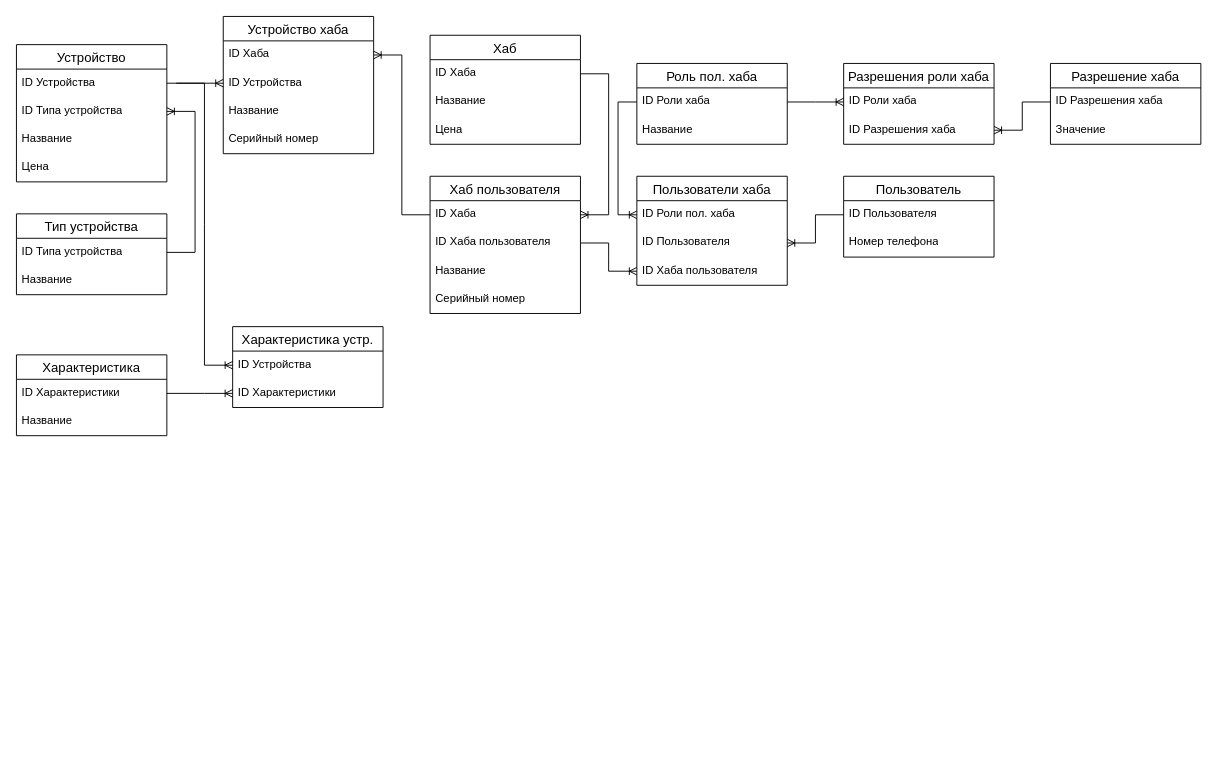
This is systems-engineering/er-diagram.drawio from mkstas/LearningVyatSu, a draw.io file, before an edit. Source tidied: cells renumbered, new cells numbered last; positions are measured from the earlier drawing's top-left corner, leaving out a move shared by most shapes. Both pictures are drawn from the tidied source at 94%, with x=0, y=0 at pixel (16, 16).
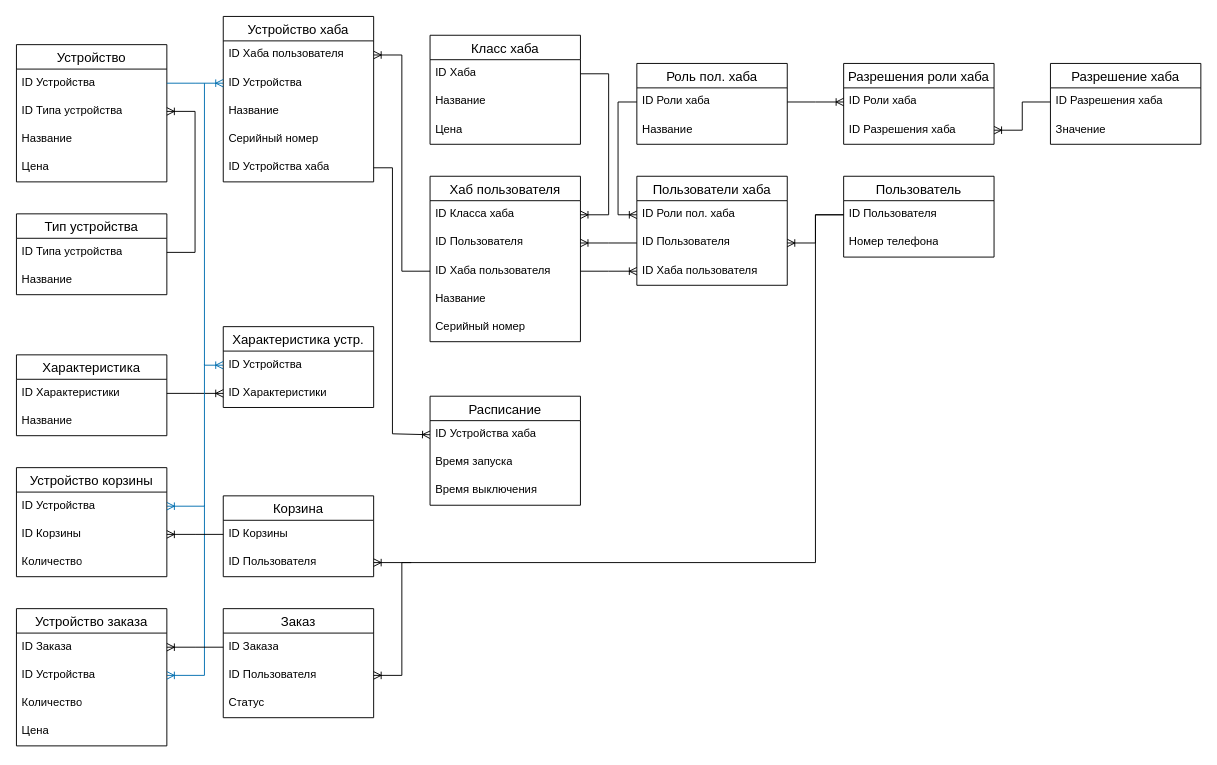
Above is the later version.

The change refers to these unchanged cells:
```xml
<mxCell id="6" value="ID Устройства" style="text;strokeColor=none;fillColor=none;spacingLeft=4;spacingRight=4;overflow=hidden;points=[[0,0.5],[1,0.5]];portConstraint=eastwest;fontSize=12;whiteSpace=wrap;html=1;" parent="5" vertex="1">
  <mxGeometry y="26" width="160" height="30" as="geometry" />
</mxCell>
<mxCell id="16" value="ID Устройства" style="text;strokeColor=none;fillColor=none;spacingLeft=4;spacingRight=4;overflow=hidden;points=[[0,0.5],[1,0.5]];portConstraint=eastwest;fontSize=12;whiteSpace=wrap;html=1;" parent="14" vertex="1">
  <mxGeometry y="56" width="160" height="30" as="geometry" />
</mxCell>
<mxCell id="20" value="ID Пользователя" style="text;strokeColor=none;fillColor=none;spacingLeft=4;spacingRight=4;overflow=hidden;points=[[0,0.5],[1,0.5]];portConstraint=eastwest;fontSize=12;whiteSpace=wrap;html=1;" parent="19" vertex="1">
  <mxGeometry y="26" width="160" height="30" as="geometry" />
</mxCell>
<mxCell id="31" value="ID Роли пол. хаба" style="text;strokeColor=none;fillColor=none;spacingLeft=4;spacingRight=4;overflow=hidden;points=[[0,0.5],[1,0.5]];portConstraint=eastwest;fontSize=12;whiteSpace=wrap;html=1;" parent="30" vertex="1">
  <mxGeometry y="26" width="160" height="30" as="geometry" />
</mxCell>
<mxCell id="32" value="ID Пользователя" style="text;strokeColor=none;fillColor=none;spacingLeft=4;spacingRight=4;overflow=hidden;points=[[0,0.5],[1,0.5]];portConstraint=eastwest;fontSize=12;whiteSpace=wrap;html=1;" parent="30" vertex="1">
  <mxGeometry y="56" width="160" height="30" as="geometry" />
</mxCell>
<mxCell id="35" value="ID Роли хаба" style="text;strokeColor=none;fillColor=none;spacingLeft=4;spacingRight=4;overflow=hidden;points=[[0,0.5],[1,0.5]];portConstraint=eastwest;fontSize=12;whiteSpace=wrap;html=1;" parent="34" vertex="1">
  <mxGeometry y="26" width="160" height="30" as="geometry" />
</mxCell>
<mxCell id="52" value="ID Устройства" style="text;strokeColor=none;fillColor=none;spacingLeft=4;spacingRight=4;overflow=hidden;points=[[0,0.5],[1,0.5]];portConstraint=eastwest;fontSize=12;whiteSpace=wrap;html=1;" parent="51" vertex="1">
  <mxGeometry y="26" width="160" height="30" as="geometry" />
</mxCell>
```

The edit, as a diff of the source:
```diff
@@
-    <mxCell id="10" value="Хаб" style="swimlane;fontStyle=0;horizontal=1;startSize=26;align=center;fontSize=14;" parent="1" vertex="1">
+    <mxCell id="10" value="Класс хаба" style="swimlane;fontStyle=0;horizontal=1;startSize=26;align=center;fontSize=14;" parent="1" vertex="1">
       <mxGeometry x="440" y="20" width="160" height="116" as="geometry" />
     </mxCell>
@@
     <mxCell id="14" value="Устройство хаба" style="swimlane;fontStyle=0;horizontal=1;startSize=26;align=center;fontSize=14;" parent="1" vertex="1">
-      <mxGeometry x="220" width="160" height="146" as="geometry" />
+      <mxGeometry x="220" width="160" height="176" as="geometry" />
     </mxCell>
-    <mxCell id="15" value="ID Хаба" style="text;strokeColor=none;fillColor=none;spacingLeft=4;spacingRight=4;overflow=hidden;points=[[0,0.5],[1,0.5]];portConstraint=eastwest;fontSize=12;whiteSpace=wrap;html=1;" parent="14" vertex="1">
+    <mxCell id="15" value="ID Хаба пользователя" style="text;strokeColor=none;fillColor=none;spacingLeft=4;spacingRight=4;overflow=hidden;points=[[0,0.5],[1,0.5]];portConstraint=eastwest;fontSize=12;whiteSpace=wrap;html=1;" parent="14" vertex="1">
       <mxGeometry y="26" width="160" height="30" as="geometry" />
     </mxCell>
@@
+    <mxCell id="57" value="ID Устройства хаба" style="text;strokeColor=none;fillColor=none;spacingLeft=4;spacingRight=4;overflow=hidden;points=[[0,0.5],[1,0.5]];portConstraint=eastwest;fontSize=12;whiteSpace=wrap;html=1;" parent="14" vertex="1">
+      <mxGeometry y="146" width="160" height="30" as="geometry" />
+    </mxCell>
@@
     <mxCell id="22" value="Хаб пользователя" style="swimlane;fontStyle=0;horizontal=1;startSize=26;align=center;fontSize=14;" parent="1" vertex="1">
-      <mxGeometry x="440" y="170" width="160" height="146" as="geometry" />
+      <mxGeometry x="440" y="170" width="160" height="176" as="geometry" />
     </mxCell>
-    <mxCell id="23" value="ID Хаба" style="text;strokeColor=none;fillColor=none;spacingLeft=4;spacingRight=4;overflow=hidden;points=[[0,0.5],[1,0.5]];portConstraint=eastwest;fontSize=12;whiteSpace=wrap;html=1;" parent="22" vertex="1">
+    <mxCell id="23" value="ID Класса хаба" style="text;strokeColor=none;fillColor=none;spacingLeft=4;spacingRight=4;overflow=hidden;points=[[0,0.5],[1,0.5]];portConstraint=eastwest;fontSize=12;whiteSpace=wrap;html=1;" parent="22" vertex="1">
       <mxGeometry y="26" width="160" height="30" as="geometry" />
     </mxCell>
+    <mxCell id="58" value="ID Пользователя" style="text;strokeColor=none;fillColor=none;spacingLeft=4;spacingRight=4;overflow=hidden;points=[[0,0.5],[1,0.5]];portConstraint=eastwest;fontSize=12;whiteSpace=wrap;html=1;" parent="22" vertex="1">
+      <mxGeometry y="56" width="160" height="30" as="geometry" />
+    </mxCell>
     <mxCell id="24" value="ID Хаба пользователя" style="text;strokeColor=none;fillColor=none;spacingLeft=4;spacingRight=4;overflow=hidden;points=[[0,0.5],[1,0.5]];portConstraint=eastwest;fontSize=12;whiteSpace=wrap;html=1;" parent="22" vertex="1">
-      <mxGeometry y="56" width="160" height="30" as="geometry" />
+      <mxGeometry y="86" width="160" height="30" as="geometry" />
     </mxCell>
     <mxCell id="25" value="Название" style="text;strokeColor=none;fillColor=none;spacingLeft=4;spacingRight=4;overflow=hidden;fontSize=12;whiteSpace=wrap;html=1;" parent="22" vertex="1">
-      <mxGeometry y="86" width="160" height="30" as="geometry" />
+      <mxGeometry y="116" width="160" height="30" as="geometry" />
     </mxCell>
     <mxCell id="26" value="Серийный номер" style="text;strokeColor=none;fillColor=none;spacingLeft=4;spacingRight=4;overflow=hidden;fontSize=12;whiteSpace=wrap;html=1;" parent="22" vertex="1">
-      <mxGeometry y="116" width="160" height="30" as="geometry" />
+      <mxGeometry y="146" width="160" height="30" as="geometry" />
     </mxCell>
-    <mxCell id="27" style="edgeStyle=entityRelationEdgeStyle;fontSize=12;html=1;endArrow=ERoneToMany;rounded=0;" parent="1" edge="1" source="23" target="15">
+    <mxCell id="27" style="edgeStyle=entityRelationEdgeStyle;fontSize=12;html=1;endArrow=ERoneToMany;rounded=0;exitX=0;exitY=0.5;exitDx=0;exitDy=0;" parent="1" edge="1" source="24" target="15">
       <mxGeometry relative="1" as="geometry" />
     </mxCell>
@@
-    <mxCell id="47" style="endArrow=none;html=1;rounded=0;exitX=0;exitY=0.5;exitDx=0;exitDy=0;entryX=0;entryY=0.5;entryDx=0;entryDy=0;startArrow=ERoneToMany;startFill=0;" parent="1" edge="1" source="31" target="35">
-      <mxGeometry relative="1" as="geometry">
-        <Array as="points">
-          <mxPoint x="640" y="211" />
-          <mxPoint x="640" y="91" />
-        </Array>
-      </mxGeometry>
-    </mxCell>
@@
     <mxCell id="51" value="Характеристика устр." style="swimlane;fontStyle=0;horizontal=1;startSize=26;align=center;fontSize=14;" parent="1" vertex="1">
-      <mxGeometry x="230" y="330" width="160" height="86" as="geometry" />
+      <mxGeometry x="220" y="330" width="160" height="86" as="geometry" />
     </mxCell>
@@
-    <mxCell id="54" style="edgeStyle=entityRelationEdgeStyle;fontSize=12;html=1;endArrow=ERoneToMany;rounded=0;" parent="1" edge="1" source="6" target="16">
+    <mxCell id="54" style="edgeStyle=entityRelationEdgeStyle;fontSize=12;html=1;endArrow=ERoneToMany;rounded=0;fillColor=#1ba1e2;strokeColor=#006EAF;" parent="1" edge="1" source="6" target="16">
       <mxGeometry relative="1" as="geometry" />
     </mxCell>
-    <mxCell id="55" style="edgeStyle=entityRelationEdgeStyle;fontSize=12;html=1;endArrow=ERoneToMany;rounded=0;entryX=0;entryY=0.5;entryDx=0;entryDy=0;" parent="1" edge="1" target="52">
-      <mxGeometry relative="1" as="geometry">
-        <mxPoint x="170" y="71" as="sourcePoint" />
-      </mxGeometry>
-    </mxCell>
@@
+    <mxCell id="59" value="Расписание" style="swimlane;fontStyle=0;horizontal=1;startSize=26;align=center;fontSize=14;" parent="1" vertex="1">
+      <mxGeometry x="440" y="404" width="160" height="116" as="geometry" />
+    </mxCell>
+    <mxCell id="60" value="ID Устройства хаба" style="text;strokeColor=none;fillColor=none;spacingLeft=4;spacingRight=4;overflow=hidden;points=[[0,0.5],[1,0.5]];portConstraint=eastwest;fontSize=12;whiteSpace=wrap;html=1;" parent="59" vertex="1">
+      <mxGeometry y="26" width="160" height="30" as="geometry" />
+    </mxCell>
+    <mxCell id="61" value="Время запуска" style="text;strokeColor=none;fillColor=none;spacingLeft=4;spacingRight=4;overflow=hidden;fontSize=12;whiteSpace=wrap;html=1;" parent="59" vertex="1">
+      <mxGeometry y="56" width="160" height="30" as="geometry" />
+    </mxCell>
+    <mxCell id="62" value="Время выключения" style="text;strokeColor=none;fillColor=none;spacingLeft=4;spacingRight=4;overflow=hidden;fontSize=12;whiteSpace=wrap;html=1;" parent="59" vertex="1">
+      <mxGeometry y="86" width="160" height="30" as="geometry" />
+    </mxCell>
+    <mxCell id="63" style="endArrow=none;html=1;rounded=0;exitX=0;exitY=0.5;exitDx=0;exitDy=0;startArrow=ERoneToMany;startFill=0;fillColor=#1ba1e2;strokeColor=#006EAF;" parent="1" edge="1" source="52">
+      <mxGeometry relative="1" as="geometry">
+        <mxPoint x="200" y="71" as="targetPoint" />
+        <Array as="points">
+          <mxPoint x="200" y="371" />
+        </Array>
+      </mxGeometry>
+    </mxCell>
+    <mxCell id="64" style="endArrow=none;html=1;rounded=0;entryX=1;entryY=0.5;entryDx=0;entryDy=0;exitX=0;exitY=0.5;exitDx=0;exitDy=0;startArrow=ERoneToMany;startFill=0;" parent="1" edge="1" source="60" target="57">
+      <mxGeometry relative="1" as="geometry">
+        <Array as="points">
+          <mxPoint x="400" y="444" />
+          <mxPoint x="400" y="161" />
+        </Array>
+      </mxGeometry>
+    </mxCell>
+    <mxCell id="65" value="Устройство корзины" style="swimlane;fontStyle=0;horizontal=1;startSize=26;align=center;fontSize=14;" parent="1" vertex="1">
+      <mxGeometry y="480" width="160" height="116" as="geometry" />
+    </mxCell>
+    <mxCell id="66" value="ID Устройства" style="text;strokeColor=none;fillColor=none;spacingLeft=4;spacingRight=4;overflow=hidden;points=[[0,0.5],[1,0.5]];portConstraint=eastwest;fontSize=12;whiteSpace=wrap;html=1;" parent="65" vertex="1">
+      <mxGeometry y="26" width="160" height="30" as="geometry" />
+    </mxCell>
+    <mxCell id="67" value="ID Корзины" style="text;strokeColor=none;fillColor=none;spacingLeft=4;spacingRight=4;overflow=hidden;points=[[0,0.5],[1,0.5]];portConstraint=eastwest;fontSize=12;whiteSpace=wrap;html=1;" parent="65" vertex="1">
+      <mxGeometry y="56" width="160" height="30" as="geometry" />
+    </mxCell>
+    <mxCell id="68" value="Количество" style="text;strokeColor=none;fillColor=none;spacingLeft=4;spacingRight=4;overflow=hidden;fontSize=12;whiteSpace=wrap;html=1;" parent="65" vertex="1">
+      <mxGeometry y="86" width="160" height="30" as="geometry" />
+    </mxCell>
+    <mxCell id="69" value="Корзина" style="swimlane;fontStyle=0;horizontal=1;startSize=26;align=center;fontSize=14;" parent="1" vertex="1">
+      <mxGeometry x="220" y="510" width="160" height="86" as="geometry" />
+    </mxCell>
+    <mxCell id="70" value="ID Корзины" style="text;strokeColor=none;fillColor=none;spacingLeft=4;spacingRight=4;overflow=hidden;points=[[0,0.5],[1,0.5]];portConstraint=eastwest;fontSize=12;whiteSpace=wrap;html=1;" parent="69" vertex="1">
+      <mxGeometry y="26" width="160" height="30" as="geometry" />
+    </mxCell>
+    <mxCell id="71" value="ID Пользователя" style="text;strokeColor=none;fillColor=none;spacingLeft=4;spacingRight=4;overflow=hidden;points=[[0,0.5],[1,0.5]];portConstraint=eastwest;fontSize=12;whiteSpace=wrap;html=1;" parent="69" vertex="1">
+      <mxGeometry y="56" width="160" height="30" as="geometry" />
+    </mxCell>
+    <mxCell id="72" style="endArrow=none;html=1;rounded=0;startArrow=ERoneToMany;startFill=0;exitX=1;exitY=0.5;exitDx=0;exitDy=0;fillColor=#1ba1e2;strokeColor=#006EAF;" parent="1" edge="1" source="66">
+      <mxGeometry relative="1" as="geometry">
+        <mxPoint x="200" y="370" as="targetPoint" />
+        <Array as="points">
+          <mxPoint x="200" y="521" />
+        </Array>
+      </mxGeometry>
+    </mxCell>
+    <mxCell id="73" value="Устройство заказа" style="swimlane;fontStyle=0;horizontal=1;startSize=26;align=center;fontSize=14;" parent="1" vertex="1">
+      <mxGeometry y="630" width="160" height="146" as="geometry" />
+    </mxCell>
+    <mxCell id="74" value="ID Заказа" style="text;strokeColor=none;fillColor=none;spacingLeft=4;spacingRight=4;overflow=hidden;points=[[0,0.5],[1,0.5]];portConstraint=eastwest;fontSize=12;whiteSpace=wrap;html=1;" parent="73" vertex="1">
+      <mxGeometry y="26" width="160" height="30" as="geometry" />
+    </mxCell>
+    <mxCell id="75" value="ID Устройства" style="text;strokeColor=none;fillColor=none;spacingLeft=4;spacingRight=4;overflow=hidden;points=[[0,0.5],[1,0.5]];portConstraint=eastwest;fontSize=12;whiteSpace=wrap;html=1;" parent="73" vertex="1">
+      <mxGeometry y="56" width="160" height="30" as="geometry" />
+    </mxCell>
+    <mxCell id="76" value="Количество" style="text;strokeColor=none;fillColor=none;spacingLeft=4;spacingRight=4;overflow=hidden;fontSize=12;whiteSpace=wrap;html=1;" parent="73" vertex="1">
+      <mxGeometry y="86" width="160" height="30" as="geometry" />
+    </mxCell>
+    <mxCell id="77" value="Цена" style="text;strokeColor=none;fillColor=none;spacingLeft=4;spacingRight=4;overflow=hidden;fontSize=12;whiteSpace=wrap;html=1;" parent="73" vertex="1">
+      <mxGeometry y="116" width="160" height="30" as="geometry" />
+    </mxCell>
+    <mxCell id="78" style="endArrow=none;html=1;rounded=0;exitX=1;exitY=0.5;exitDx=0;exitDy=0;startArrow=ERoneToMany;startFill=0;fillColor=#1ba1e2;strokeColor=#006EAF;" parent="1" edge="1" source="75">
+      <mxGeometry relative="1" as="geometry">
+        <mxPoint x="200" y="520" as="targetPoint" />
+        <Array as="points">
+          <mxPoint x="200" y="701" />
+        </Array>
+      </mxGeometry>
+    </mxCell>
+    <mxCell id="79" value="Заказ" style="swimlane;fontStyle=0;horizontal=1;startSize=26;align=center;fontSize=14;" parent="1" vertex="1">
+      <mxGeometry x="220" y="630" width="160" height="116" as="geometry" />
+    </mxCell>
+    <mxCell id="80" value="ID Заказа" style="text;strokeColor=none;fillColor=none;spacingLeft=4;spacingRight=4;overflow=hidden;points=[[0,0.5],[1,0.5]];portConstraint=eastwest;fontSize=12;whiteSpace=wrap;html=1;" parent="79" vertex="1">
+      <mxGeometry y="26" width="160" height="30" as="geometry" />
+    </mxCell>
+    <mxCell id="81" value="ID Пользователя" style="text;strokeColor=none;fillColor=none;spacingLeft=4;spacingRight=4;overflow=hidden;points=[[0,0.5],[1,0.5]];portConstraint=eastwest;fontSize=12;whiteSpace=wrap;html=1;" parent="79" vertex="1">
+      <mxGeometry y="56" width="160" height="30" as="geometry" />
+    </mxCell>
+    <mxCell id="82" value="Статус" style="text;strokeColor=none;fillColor=none;spacingLeft=4;spacingRight=4;overflow=hidden;fontSize=12;whiteSpace=wrap;html=1;" parent="79" vertex="1">
+      <mxGeometry y="86" width="160" height="30" as="geometry" />
+    </mxCell>
+    <mxCell id="83" style="edgeStyle=entityRelationEdgeStyle;fontSize=12;html=1;endArrow=ERoneToMany;rounded=0;exitX=0;exitY=0.5;exitDx=0;exitDy=0;" parent="1" edge="1" source="80" target="74">
+      <mxGeometry relative="1" as="geometry" />
+    </mxCell>
+    <mxCell id="84" style="edgeStyle=entityRelationEdgeStyle;fontSize=12;html=1;endArrow=ERoneToMany;rounded=0;" parent="1" edge="1" source="70" target="67">
+      <mxGeometry relative="1" as="geometry" />
+    </mxCell>
+    <mxCell id="85" style="edgeStyle=orthogonalEdgeStyle;fontSize=12;html=1;endArrow=ERoneToMany;rounded=0;" parent="1" edge="1" source="20" target="71">
+      <mxGeometry relative="1" as="geometry">
+        <Array as="points">
+          <mxPoint x="850" y="211" />
+          <mxPoint x="850" y="581" />
+        </Array>
+      </mxGeometry>
+    </mxCell>
+    <mxCell id="86" style="edgeStyle=orthogonalEdgeStyle;fontSize=12;html=1;endArrow=ERoneToMany;rounded=0;" parent="1" edge="1" source="35" target="31">
+      <mxGeometry relative="1" as="geometry">
+        <Array as="points">
+          <mxPoint x="640" y="91" />
+          <mxPoint x="640" y="211" />
+        </Array>
+      </mxGeometry>
+    </mxCell>
+    <mxCell id="87" style="edgeStyle=orthogonalEdgeStyle;fontSize=12;html=1;endArrow=ERoneToMany;rounded=0;" parent="1" edge="1" target="81">
+      <mxGeometry relative="1" as="geometry">
+        <mxPoint x="420" y="581" as="sourcePoint" />
+        <Array as="points">
+          <mxPoint x="410" y="581" />
+          <mxPoint x="410" y="701" />
+        </Array>
+      </mxGeometry>
+    </mxCell>
+    <mxCell id="88" style="edgeStyle=entityRelationEdgeStyle;fontSize=12;html=1;endArrow=ERoneToMany;rounded=0;" parent="1" edge="1" source="32" target="58">
+      <mxGeometry relative="1" as="geometry" />
+    </mxCell>
```
